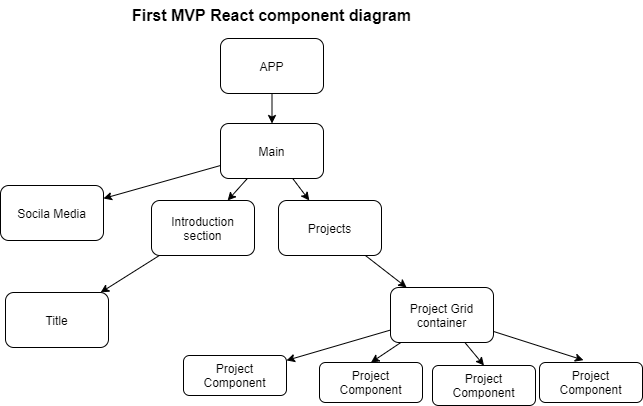
Rubengon84/portfolio2.0 keeps this draw.io diagram as component-diagram.drawio.png. Above is the earlier version. Source tidied: cells renumbered, new cells last; positions are measured from the earlier drawing's top-left corner, leaving out a move shared by most shapes.
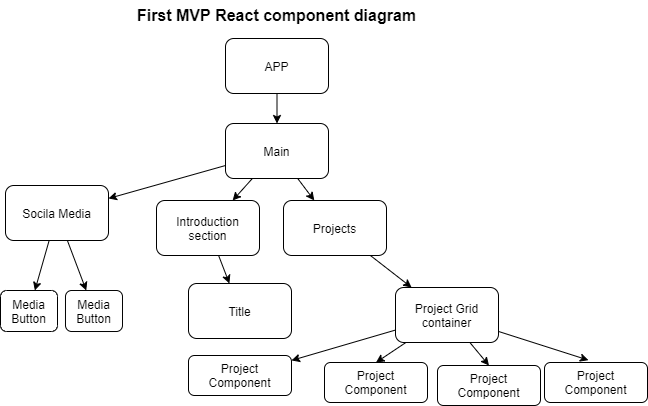
After the change.

Change to the diagram source:
```diff
@@ -23,11 +23,17 @@
     <mxCell id="8" value="&lt;font color=&quot;#000000&quot;&gt;Projects&lt;/font&gt;" style="rounded=1;whiteSpace=wrap;html=1;fillColor=none;strokeColor=#000000;" parent="1" vertex="1">
       <mxGeometry x="278" y="200" width="103" height="55" as="geometry" />
     </mxCell>
+    <mxCell id="24" style="edgeStyle=none;html=1;strokeColor=#000000;" parent="1" edge="1" source="9" target="26">
+      <mxGeometry relative="1" as="geometry" />
+    </mxCell>
+    <mxCell id="25" style="edgeStyle=none;html=1;strokeColor=#000000;" parent="1" edge="1" source="9" target="27">
+      <mxGeometry relative="1" as="geometry" />
+    </mxCell>
     <mxCell id="9" value="&lt;font color=&quot;#000000&quot;&gt;Socila Media&lt;/font&gt;" style="rounded=1;whiteSpace=wrap;html=1;fillColor=none;strokeColor=#000000;" parent="1" vertex="1">
       <mxGeometry y="185" width="103" height="55" as="geometry" />
     </mxCell>
     <mxCell id="10" value="&lt;font color=&quot;#000000&quot;&gt;Title&lt;/font&gt;" style="rounded=1;whiteSpace=wrap;html=1;fillColor=none;strokeColor=#000000;" parent="1" vertex="1">
-      <mxGeometry x="5" y="292" width="103" height="55" as="geometry" />
+      <mxGeometry x="183" y="283" width="103" height="55" as="geometry" />
     </mxCell>
     <mxCell id="11" style="edgeStyle=none;html=1;fontColor=#000000;strokeColor=#000000;" parent="1" edge="1" source="15" target="16">
       <mxGeometry relative="1" as="geometry" />
@@ -68,5 +74,11 @@
     <mxCell id="23" value="&lt;font color=&quot;#000000&quot;&gt;Main&lt;/font&gt;" style="rounded=1;whiteSpace=wrap;html=1;fillColor=none;strokeColor=#000000;" parent="1" vertex="1">
       <mxGeometry x="220" y="123" width="103" height="55" as="geometry" />
     </mxCell>
+    <mxCell id="26" value="&lt;font color=&quot;#000000&quot;&gt;Media Button&lt;/font&gt;" style="rounded=1;whiteSpace=wrap;html=1;fillColor=none;strokeColor=#000000;" parent="1" vertex="1">
+      <mxGeometry x="60" y="290" width="57" height="41" as="geometry" />
+    </mxCell>
+    <mxCell id="27" value="&lt;font color=&quot;#000000&quot;&gt;Media Button&lt;/font&gt;" style="rounded=1;whiteSpace=wrap;html=1;fillColor=none;strokeColor=#000000;" parent="1" vertex="1">
+      <mxGeometry x="-5" y="290" width="57" height="41" as="geometry" />
+    </mxCell>
   </root>
 </mxGraphModel>
```
